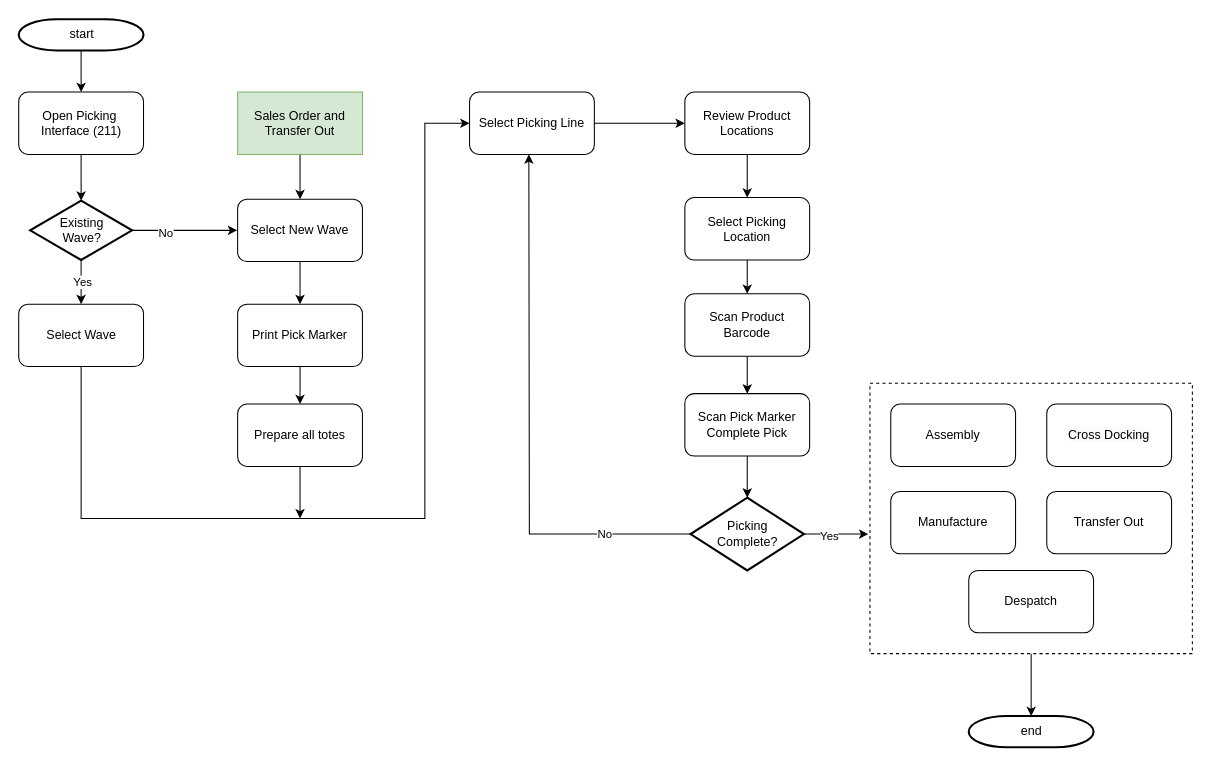
Above: PickingProcess.drawio in ZTomChen/NavigatorFlowcharts (draw.io), before the change. Source tidied: cells renumbered, new cells numbered last; positions are measured from the earlier drawing's top-left corner, leaving out a move shared by most shapes. Both pictures are drawn from the tidied source at 104%, with x=0, y=0 at pixel (19, 19).
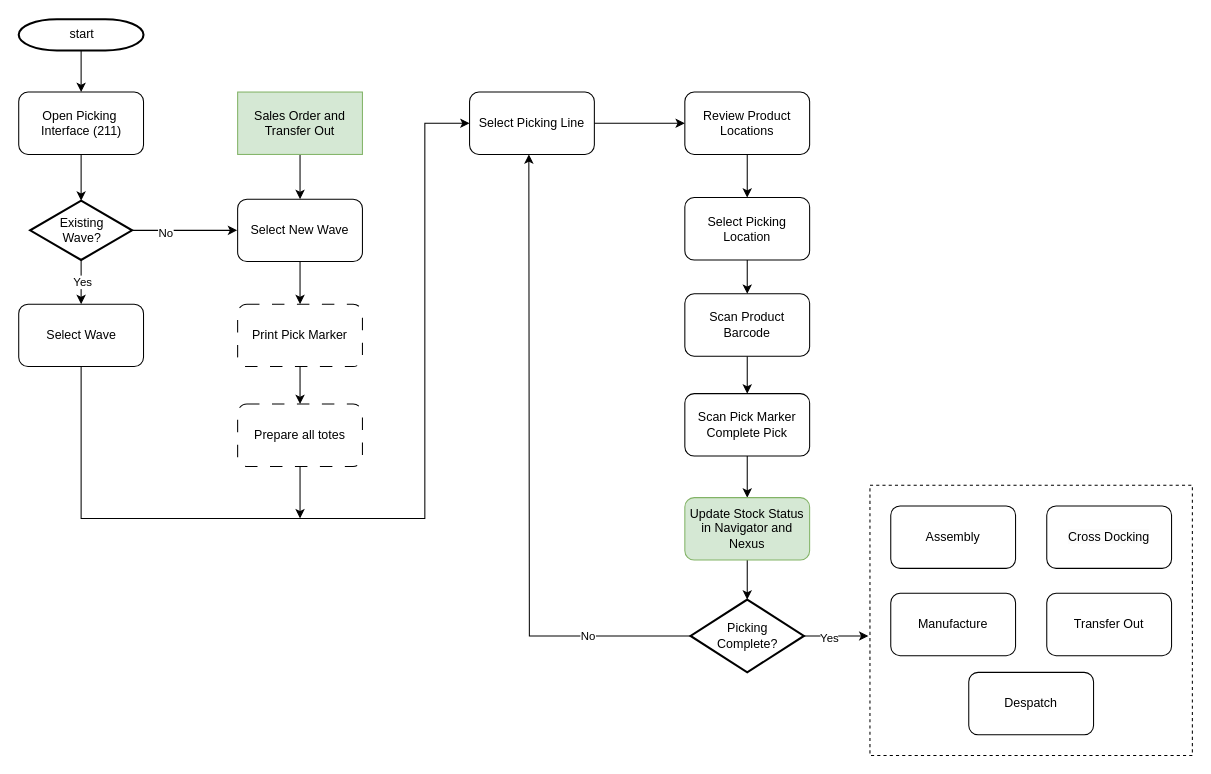
The same diagram, later.

The change refers to these unchanged cells:
```xml
<mxCell id="34" value="Scan Pick Marker&lt;div&gt;Complete Pick&lt;/div&gt;" style="rounded=1;whiteSpace=wrap;html=1;" parent="1" vertex="1">
  <mxGeometry x="640" y="360" width="120" height="60" as="geometry" />
</mxCell>
```

The edit, as a diff of the source:
```diff
@@
-    <mxCell id="13" value="end" style="shape=mxgraph.flowchart.terminator;strokeWidth=2;gradientColor=none;gradientDirection=north;fontStyle=0;html=1;" parent="1" vertex="1">
-      <mxGeometry x="913" y="670" width="120" height="30" as="geometry" />
-    </mxCell>
@@
-    <mxCell id="17" value="&lt;span style=&quot;text-wrap-mode: nowrap;&quot;&gt;Print Pick Marker&lt;/span&gt;" style="rounded=1;whiteSpace=wrap;html=1;" parent="1" vertex="1">
+    <mxCell id="17" value="&lt;span style=&quot;text-wrap-mode: nowrap;&quot;&gt;Print Pick Marker&lt;/span&gt;" style="rounded=1;whiteSpace=wrap;html=1;dashed=1;dashPattern=12 12;" parent="1" vertex="1">
       <mxGeometry x="210" y="274" width="120" height="60" as="geometry" />
     </mxCell>
@@
-    <mxCell id="19" value="&lt;span style=&quot;text-wrap-mode: nowrap;&quot;&gt;Prepare all totes&lt;/span&gt;" style="rounded=1;whiteSpace=wrap;html=1;" parent="1" vertex="1">
+    <mxCell id="19" value="&lt;span style=&quot;text-wrap-mode: nowrap;&quot;&gt;Prepare all totes&lt;/span&gt;" style="rounded=1;whiteSpace=wrap;html=1;dashed=1;dashPattern=12 12;" parent="1" vertex="1">
       <mxGeometry x="210" y="370" width="120" height="60" as="geometry" />
     </mxCell>
@@
     <mxCell id="25" value="Picking&lt;div&gt;Complete?&lt;/div&gt;" style="shape=mxgraph.flowchart.decision;strokeWidth=2;gradientColor=none;gradientDirection=north;fontStyle=0;html=1;" parent="1" vertex="1">
-      <mxGeometry x="645.5" y="460" width="109" height="70" as="geometry" />
+      <mxGeometry x="645.5" y="558" width="109" height="70" as="geometry" />
     </mxCell>
-    <mxCell id="26" style="edgeStyle=orthogonalEdgeStyle;rounded=0;jettySize=auto;html=1;" parent="1" edge="1" source="27" target="13">
-      <mxGeometry relative="1" as="geometry" />
-    </mxCell>
     <mxCell id="27" style="rounded=0;whiteSpace=wrap;html=1;fillColor=none;dashed=1;" parent="1" vertex="1">
-      <mxGeometry x="818" y="350" width="310" height="260" as="geometry" />
+      <mxGeometry x="818" y="448" width="310" height="260" as="geometry" />
     </mxCell>
@@
     <mxCell id="29" value="Transfer Out" style="rounded=1;whiteSpace=wrap;html=1;" parent="1" vertex="1">
-      <mxGeometry x="988" y="454" width="120" height="60" as="geometry" />
+      <mxGeometry x="988" y="552" width="120" height="60" as="geometry" />
     </mxCell>
     <mxCell id="30" value="Manufacture" style="rounded=1;whiteSpace=wrap;html=1;" parent="1" vertex="1">
-      <mxGeometry x="838" y="454" width="120" height="60" as="geometry" />
+      <mxGeometry x="838" y="552" width="120" height="60" as="geometry" />
     </mxCell>
     <mxCell id="31" value="&lt;span style=&quot;color: rgb(0, 0, 0); font-family: Helvetica; font-size: 12px; font-style: normal; font-variant-ligatures: normal; font-variant-caps: normal; font-weight: 400; letter-spacing: normal; orphans: 2; text-align: center; text-indent: 0px; text-transform: none; widows: 2; word-spacing: 0px; -webkit-text-stroke-width: 0px; white-space: normal; background-color: rgb(251, 251, 251); text-decoration-thickness: initial; text-decoration-style: initial; text-decoration-color: initial; display: inline !important; float: none;&quot;&gt;Cross Docking&lt;/span&gt;" style="rounded=1;whiteSpace=wrap;html=1;" parent="1" vertex="1">
-      <mxGeometry x="988" y="370" width="120" height="60" as="geometry" />
+      <mxGeometry x="988" y="468" width="120" height="60" as="geometry" />
     </mxCell>
     <mxCell id="32" value="Assembly" style="rounded=1;whiteSpace=wrap;html=1;" parent="1" vertex="1">
-      <mxGeometry x="838" y="370" width="120" height="60" as="geometry" />
+      <mxGeometry x="838" y="468" width="120" height="60" as="geometry" />
     </mxCell>
-    <mxCell id="33" style="edgeStyle=orthogonalEdgeStyle;rounded=0;jettySize=auto;html=1;" parent="1" edge="1" source="34" target="25">
+    <mxCell id="33" style="edgeStyle=orthogonalEdgeStyle;rounded=0;jettySize=auto;html=1;" parent="1" edge="1" source="45" target="25">
       <mxGeometry relative="1" as="geometry" />
     </mxCell>
+    <mxCell id="44" style="edgeStyle=orthogonalEdgeStyle;rounded=0;jettySize=auto;html=1;" parent="1" edge="1" source="34" target="45">
+      <mxGeometry relative="1" as="geometry" />
+    </mxCell>
@@
     <mxCell id="41" value="Despatch" style="rounded=1;whiteSpace=wrap;html=1;" parent="1" vertex="1">
-      <mxGeometry x="913" y="530" width="120" height="60" as="geometry" />
+      <mxGeometry x="913" y="628" width="120" height="60" as="geometry" />
     </mxCell>
@@
+    <mxCell id="45" value="Update Stock Status&lt;div&gt;in Navigator and Nexus&lt;/div&gt;" style="rounded=1;whiteSpace=wrap;html=1;fillColor=#d5e8d4;strokeColor=#82b366;" parent="1" vertex="1">
+      <mxGeometry x="640" y="460" width="120" height="60" as="geometry" />
+    </mxCell>
```
